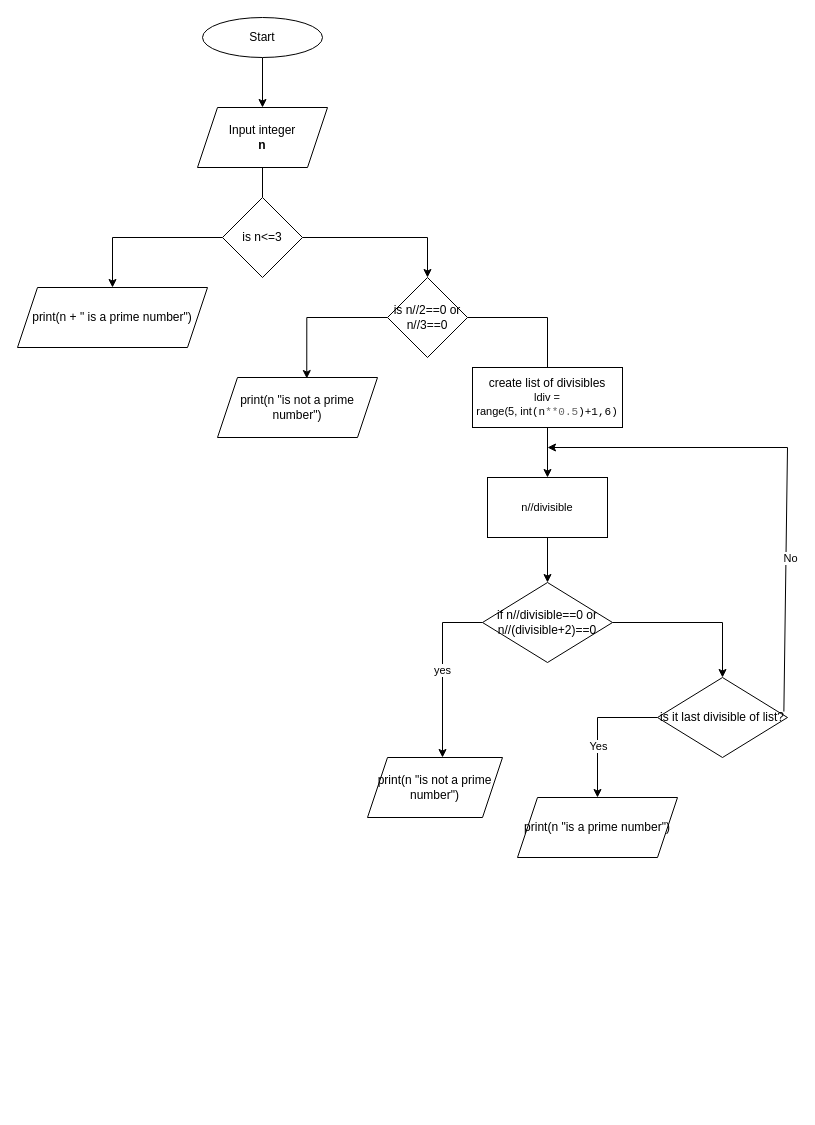
Earlier version of the draw.io diagram Module_1/Lab_3_Algorithmization/Prime number.drawio (marciafof/DAFT_0116_OTALORAMarcia). Source tidied: cells renumbered, new cells numbered last; positions are measured from the earlier drawing's top-left corner, leaving out a move shared by most shapes. Both pictures are drawn from the tidied source at 100%, with x=0, y=0 at pixel (17, 17).
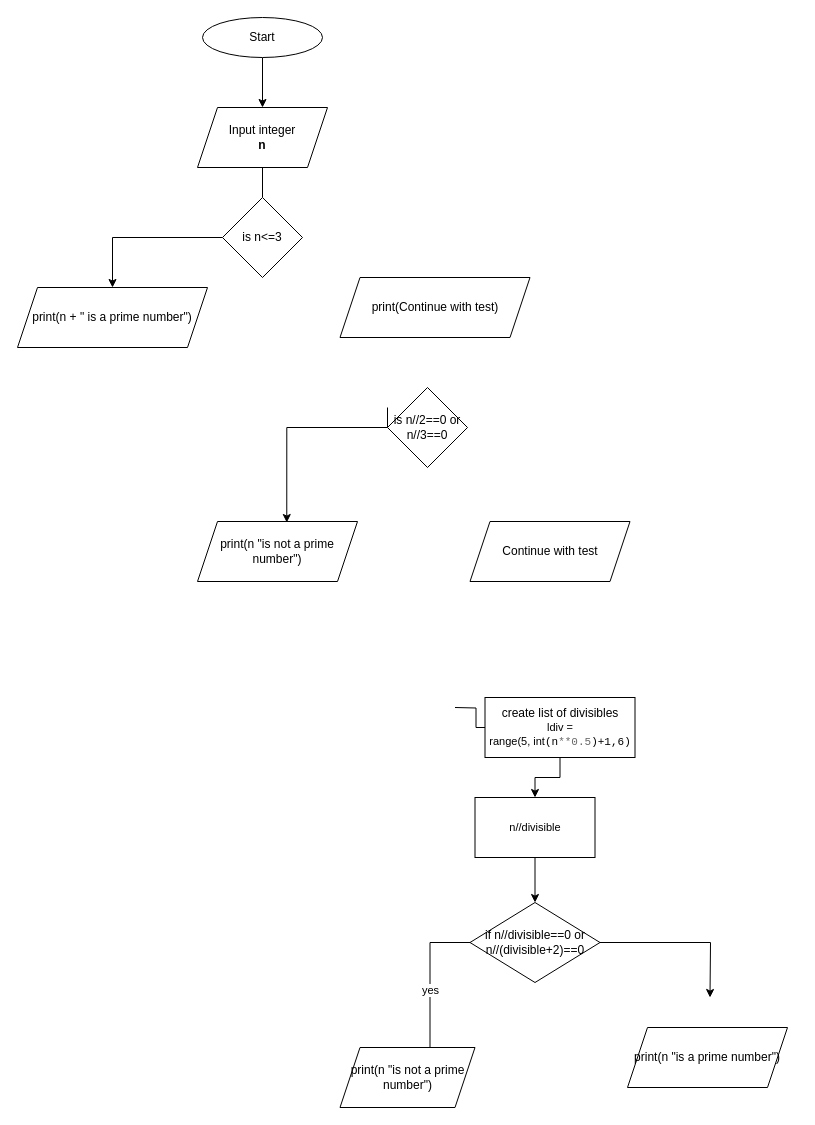
After the change.

Unchanged cells that the change refers to:
```xml
<mxCell id="13" value="is n&amp;lt;=3" style="rhombus;whiteSpace=wrap;html=1;" parent="1" vertex="1">
  <mxGeometry x="205" y="180" width="80" height="80" as="geometry" />
</mxCell>
```

Diff of the diagram source:
```diff
@@
-    <mxCell id="5" style="edgeStyle=orthogonalEdgeStyle;rounded=0;jettySize=auto;html=1;endArrow=none;startArrow=none;exitX=1;exitY=0.5;exitDx=0;exitDy=0;" parent="1" edge="1" source="9" target="7">
-      <mxGeometry relative="1" as="geometry" />
+    <mxCell id="5" style="edgeStyle=orthogonalEdgeStyle;rounded=0;jettySize=auto;html=1;endArrow=none;startArrow=none;exitX=1;exitY=0.5;exitDx=0;exitDy=0;" parent="1" edge="1" target="7">
+      <mxGeometry relative="1" as="geometry">
+        <mxPoint x="437.5" y="690" as="sourcePoint" />
+      </mxGeometry>
     </mxCell>
@@
     <mxCell id="7" value="create list of divisibles&lt;br&gt;&lt;font style=&quot;font-size: 11px;&quot;&gt;ldiv = range(5,&amp;nbsp;int&lt;span style=&quot;font-family: monospace, monospace; text-align: start;&quot; class=&quot;p&quot;&gt;(&lt;/span&gt;&lt;span style=&quot;font-family: monospace, monospace; text-align: start;&quot; class=&quot;n&quot;&gt;n&lt;/span&gt;&lt;span style=&quot;font-family: monospace, monospace; text-align: start; color: rgb(102, 102, 102);&quot; class=&quot;o&quot;&gt;**&lt;/span&gt;&lt;span style=&quot;font-family: monospace, monospace; text-align: start; color: rgb(102, 102, 102);&quot; class=&quot;mf&quot;&gt;0.5&lt;/span&gt;&lt;span style=&quot;font-family: monospace, monospace; text-align: start;&quot; class=&quot;p&quot;&gt;)+1,6)&lt;/span&gt;&lt;/font&gt;" style="whiteSpace=wrap;html=1;" parent="1" vertex="1">
-      <mxGeometry x="455" y="350" width="150" height="60" as="geometry" />
+      <mxGeometry x="467.5" y="680" width="150" height="60" as="geometry" />
     </mxCell>
-    <mxCell id="8" style="edgeStyle=orthogonalEdgeStyle;rounded=0;jettySize=auto;html=1;exitX=0;exitY=0.5;exitDx=0;exitDy=0;entryX=0.558;entryY=0.017;entryDx=0;entryDy=0;entryPerimeter=0;" parent="1" edge="1" source="9" target="15">
-      <mxGeometry relative="1" as="geometry" />
+    <mxCell id="8" style="edgeStyle=orthogonalEdgeStyle;rounded=0;jettySize=auto;html=1;exitX=0;exitY=0.5;exitDx=0;exitDy=0;entryX=0.558;entryY=0.017;entryDx=0;entryDy=0;entryPerimeter=0;" parent="1" edge="1" target="15">
+      <mxGeometry relative="1" as="geometry">
+        <mxPoint x="370" y="390" as="sourcePoint" />
+        <Array as="points">
+          <mxPoint x="370" y="410" />
+          <mxPoint x="269" y="410" />
+        </Array>
+      </mxGeometry>
     </mxCell>
     <mxCell id="9" value="is n//2==0 or n//3==0" style="rhombus;whiteSpace=wrap;html=1;" parent="1" vertex="1">
-      <mxGeometry x="370" y="260" width="80" height="80" as="geometry" />
+      <mxGeometry x="370" y="370" width="80" height="80" as="geometry" />
     </mxCell>
@@
-    <mxCell id="12" style="edgeStyle=orthogonalEdgeStyle;rounded=0;jettySize=auto;html=1;entryX=0.5;entryY=0;entryDx=0;entryDy=0;" parent="1" edge="1" source="13" target="9">
-      <mxGeometry relative="1" as="geometry" />
-    </mxCell>
@@
     <mxCell id="15" value="print(n &quot;is not a prime number&quot;)" style="shape=parallelogram;perimeter=parallelogramPerimeter;whiteSpace=wrap;html=1;fixedSize=1;" parent="1" vertex="1">
-      <mxGeometry x="200" y="360" width="160" height="60" as="geometry" />
+      <mxGeometry x="180" y="504" width="160" height="60" as="geometry" />
     </mxCell>
-    <mxCell id="16" value="yes" style="edgeStyle=orthogonalEdgeStyle;rounded=0;jettySize=auto;html=1;fontSize=11;exitX=0;exitY=0.5;exitDx=0;exitDy=0;" parent="1" edge="1" source="18" target="19">
+    <mxCell id="16" value="yes" style="edgeStyle=orthogonalEdgeStyle;rounded=0;jettySize=auto;html=1;fontSize=11;exitX=0;exitY=0.5;exitDx=0;exitDy=0;" parent="1" edge="1" source="18">
       <mxGeometry relative="1" as="geometry">
+        <mxPoint x="412.5" y="1060" as="targetPoint" />
         <Array as="points">
-          <mxPoint x="425" y="605" />
+          <mxPoint x="412.5" y="925" />
         </Array>
       </mxGeometry>
     </mxCell>
-    <mxCell id="17" style="edgeStyle=orthogonalEdgeStyle;rounded=0;jettySize=auto;html=1;fontSize=11;" parent="1" edge="1" source="18" target="24">
-      <mxGeometry relative="1" as="geometry" />
+    <mxCell id="17" style="edgeStyle=orthogonalEdgeStyle;rounded=0;jettySize=auto;html=1;fontSize=11;" parent="1" edge="1" source="18">
+      <mxGeometry relative="1" as="geometry">
+        <mxPoint x="692.5" y="980" as="targetPoint" />
+      </mxGeometry>
     </mxCell>
     <mxCell id="18" value="if n//divisible==0 or n//(divisible+2)==0" style="rhombus;whiteSpace=wrap;html=1;" parent="1" vertex="1">
-      <mxGeometry x="465" y="565" width="130" height="80" as="geometry" />
+      <mxGeometry x="452.5" y="885" width="130" height="80" as="geometry" />
     </mxCell>
     <mxCell id="19" value="print(n &quot;is not a prime number&quot;)" style="shape=parallelogram;perimeter=parallelogramPerimeter;whiteSpace=wrap;html=1;fixedSize=1;" parent="1" vertex="1">
-      <mxGeometry x="350" y="740" width="135" height="60" as="geometry" />
+      <mxGeometry x="322.5" y="1030" width="135" height="60" as="geometry" />
     </mxCell>
@@
     <mxCell id="21" value="n//divisible" style="rounded=0;whiteSpace=wrap;html=1;fontSize=11;" parent="1" vertex="1">
-      <mxGeometry x="470" y="460" width="120" height="60" as="geometry" />
+      <mxGeometry x="457.5" y="780" width="120" height="60" as="geometry" />
     </mxCell>
-    <mxCell id="22" style="edgeStyle=orthogonalEdgeStyle;rounded=0;jettySize=auto;html=1;fontSize=11;" parent="1" edge="1" source="24" target="25">
-      <mxGeometry relative="1" as="geometry">
-        <Array as="points">
-          <mxPoint x="580" y="700" />
-        </Array>
-      </mxGeometry>
-    </mxCell>
-    <mxCell id="23" value="Yes" style="edgeLabel;html=1;align=center;verticalAlign=middle;fontSize=11;" parent="22" vertex="1">
-      <mxGeometry x="0.25" relative="1" as="geometry" />
-    </mxCell>
-    <mxCell id="24" value="is it last divisible of list?" style="rhombus;whiteSpace=wrap;html=1;" parent="1" vertex="1">
-      <mxGeometry x="640" y="660" width="130" height="80" as="geometry" />
-    </mxCell>
     <mxCell id="25" value="print(n &quot;is a prime number&quot;)" style="shape=parallelogram;perimeter=parallelogramPerimeter;whiteSpace=wrap;html=1;fixedSize=1;" parent="1" vertex="1">
-      <mxGeometry x="500" y="780" width="160" height="60" as="geometry" />
+      <mxGeometry x="610" y="1010" width="160" height="60" as="geometry" />
     </mxCell>
-    <mxCell id="26" style="endArrow=classic;html=1;rounded=0;fontSize=11;exitX=0.972;exitY=0.426;exitDx=0;exitDy=0;exitPerimeter=0;" parent="1" edge="1" source="24">
-      <mxGeometry relative="1" as="geometry">
-        <mxPoint x="530" y="430" as="targetPoint" />
-        <Array as="points">
-          <mxPoint x="770" y="430" />
-        </Array>
-      </mxGeometry>
-    </mxCell>
-    <mxCell id="27" value="No" style="edgeLabel;html=1;align=center;verticalAlign=middle;fontSize=11;" parent="26" vertex="1">
-      <mxGeometry x="-0.39" y="-4" relative="1" as="geometry" />
-    </mxCell>
+    <mxCell id="28" value="print(Continue with test)" style="shape=parallelogram;perimeter=parallelogramPerimeter;whiteSpace=wrap;html=1;fixedSize=1;" parent="1" vertex="1">
+      <mxGeometry x="322.5" y="260" width="190" height="60" as="geometry" />
+    </mxCell>
+    <mxCell id="29" value="Continue with test" style="shape=parallelogram;perimeter=parallelogramPerimeter;whiteSpace=wrap;html=1;fixedSize=1;" parent="1" vertex="1">
+      <mxGeometry x="452.5" y="504" width="160" height="60" as="geometry" />
+    </mxCell>
```
